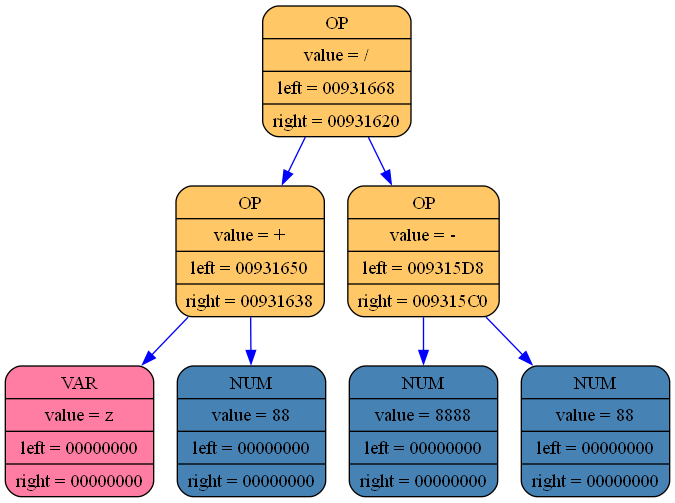
Before: log_folder_differenciator/differenciator_graph.png, a diagram exported from Graphviz (aywert/DIFFERENCIATOR). Its source is kept beside it as log_folder_differenciator/differenciator_graph.dot.
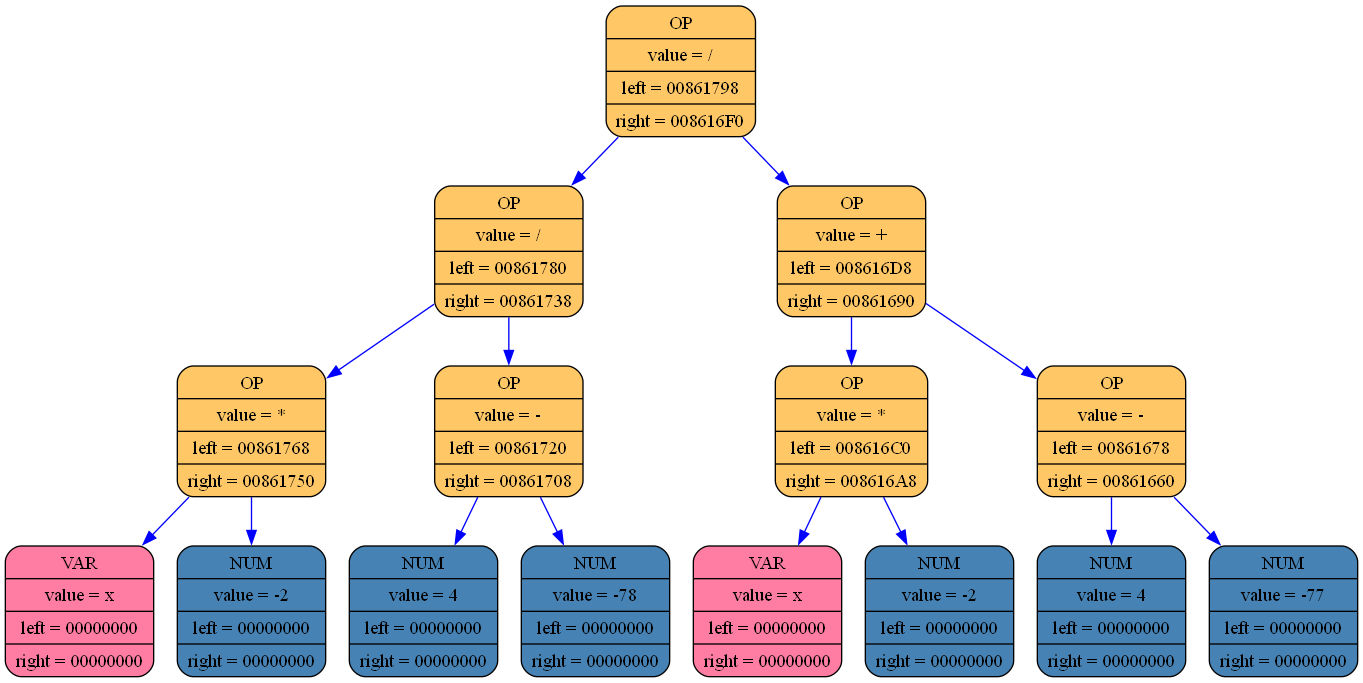
After the change.

Diff of the diagram source:
```diff
@@ -1,17 +1,33 @@
 digraph list
 {
 rankdir=HR;
-	9639556 [shape = Mrecord; style = filled; fillcolor="#ffc765"; color = "#000000"; fontcolor = "#000000"; label = "{ OP | value = / | left = 00931668| right = 00931620}"];
-	9639532 [shape = Mrecord; style = filled; fillcolor="#ffc765"; color = "#000000"; fontcolor = "#000000"; label = "{ OP | value = + | left = 00931650| right = 00931638}"];
-	9639556 -> 9639532 [color="blue"]
-	9639508 [shape = Mrecord; style = filled; fillcolor="#ff7da3"; color = "#000000"; fontcolor = "#000000"; label = "{ VAR | value = z | left = 00000000| right = 00000000}"];
-	9639532 -> 9639508 [color="blue"]
-	9639484 [shape = Mrecord; style = filled; fillcolor="#4682b4"; color = "#000000"; fontcolor = "#000000"; label = "{ NUM | value = 88 | left = 00000000| right = 00000000}"];
-	9639532 -> 9639484 [color="blue"]
-	9639460 [shape = Mrecord; style = filled; fillcolor="#ffc765"; color = "#000000"; fontcolor = "#000000"; label = "{ OP | value = - | left = 009315D8| right = 009315C0}"];
-	9639556 -> 9639460 [color="blue"]
-	9639388 [shape = Mrecord; style = filled; fillcolor="#4682b4"; color = "#000000"; fontcolor = "#000000"; label = "{ NUM | value = 8888 | left = 00000000| right = 00000000}"];
-	9639460 -> 9639388 [color="blue"]
-	9639364 [shape = Mrecord; style = filled; fillcolor="#4682b4"; color = "#000000"; fontcolor = "#000000"; label = "{ NUM | value = 88 | left = 00000000| right = 00000000}"];
-	9639460 -> 9639364 [color="blue"]
+	8787892 [shape = Mrecord; style = filled; fillcolor="#ffc765"; color = "#000000"; fontcolor = "#000000"; label = "{ OP | value = / | left = 00861798| right = 008616F0}"];
+	8787868 [shape = Mrecord; style = filled; fillcolor="#ffc765"; color = "#000000"; fontcolor = "#000000"; label = "{ OP | value = / | left = 00861780| right = 00861738}"];
+	8787892 -> 8787868 [color="blue"]
+	8787844 [shape = Mrecord; style = filled; fillcolor="#ffc765"; color = "#000000"; fontcolor = "#000000"; label = "{ OP | value = * | left = 00861768| right = 00861750}"];
+	8787868 -> 8787844 [color="blue"]
+	8787820 [shape = Mrecord; style = filled; fillcolor="#ff7da3"; color = "#000000"; fontcolor = "#000000"; label = "{ VAR | value = x | left = 00000000| right = 00000000}"];
+	8787844 -> 8787820 [color="blue"]
+	8787796 [shape = Mrecord; style = filled; fillcolor="#4682b4"; color = "#000000"; fontcolor = "#000000"; label = "{ NUM | value = -2 | left = 00000000| right = 00000000}"];
+	8787844 -> 8787796 [color="blue"]
+	8787772 [shape = Mrecord; style = filled; fillcolor="#ffc765"; color = "#000000"; fontcolor = "#000000"; label = "{ OP | value = - | left = 00861720| right = 00861708}"];
+	8787868 -> 8787772 [color="blue"]
+	8787748 [shape = Mrecord; style = filled; fillcolor="#4682b4"; color = "#000000"; fontcolor = "#000000"; label = "{ NUM | value = 4 | left = 00000000| right = 00000000}"];
+	8787772 -> 8787748 [color="blue"]
+	8787724 [shape = Mrecord; style = filled; fillcolor="#4682b4"; color = "#000000"; fontcolor = "#000000"; label = "{ NUM | value = -78 | left = 00000000| right = 00000000}"];
+	8787772 -> 8787724 [color="blue"]
+	8787700 [shape = Mrecord; style = filled; fillcolor="#ffc765"; color = "#000000"; fontcolor = "#000000"; label = "{ OP | value = + | left = 008616D8| right = 00861690}"];
+	8787892 -> 8787700 [color="blue"]
+	8787676 [shape = Mrecord; style = filled; fillcolor="#ffc765"; color = "#000000"; fontcolor = "#000000"; label = "{ OP | value = * | left = 008616C0| right = 008616A8}"];
+	8787700 -> 8787676 [color="blue"]
+	8787652 [shape = Mrecord; style = filled; fillcolor="#ff7da3"; color = "#000000"; fontcolor = "#000000"; label = "{ VAR | value = x | left = 00000000| right = 00000000}"];
+	8787676 -> 8787652 [color="blue"]
+	8787628 [shape = Mrecord; style = filled; fillcolor="#4682b4"; color = "#000000"; fontcolor = "#000000"; label = "{ NUM | value = -2 | left = 00000000| right = 00000000}"];
+	8787676 -> 8787628 [color="blue"]
+	8787604 [shape = Mrecord; style = filled; fillcolor="#ffc765"; color = "#000000"; fontcolor = "#000000"; label = "{ OP | value = - | left = 00861678| right = 00861660}"];
+	8787700 -> 8787604 [color="blue"]
+	8787580 [shape = Mrecord; style = filled; fillcolor="#4682b4"; color = "#000000"; fontcolor = "#000000"; label = "{ NUM | value = 4 | left = 00000000| right = 00000000}"];
+	8787604 -> 8787580 [color="blue"]
+	8787556 [shape = Mrecord; style = filled; fillcolor="#4682b4"; color = "#000000"; fontcolor = "#000000"; label = "{ NUM | value = -77 | left = 00000000| right = 00000000}"];
+	8787604 -> 8787556 [color="blue"]
 	}
```
